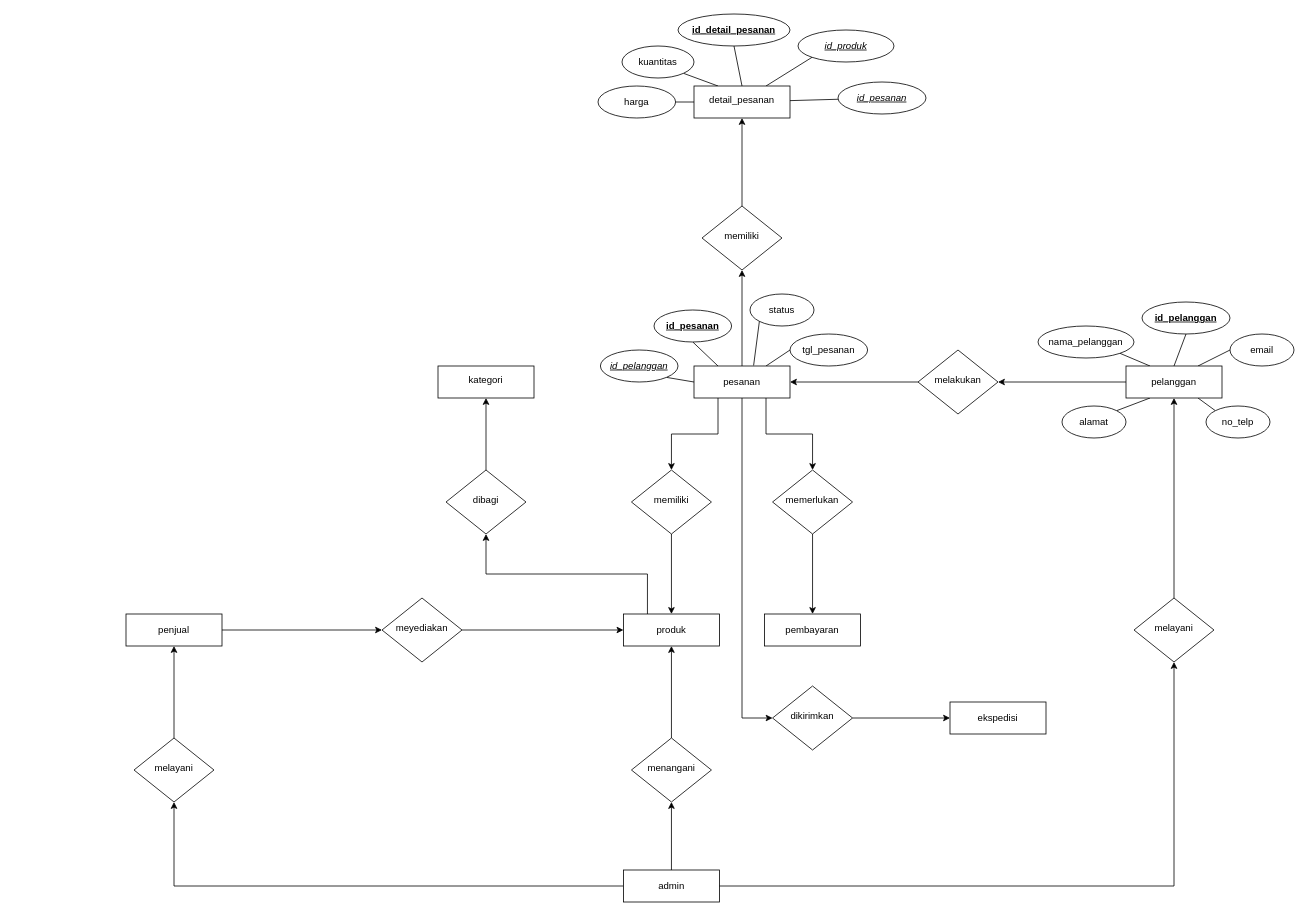
This is penjualan_erd.drawio from vinnnna/sistem-basis-data, a draw.io file, before an edit. Source tidied: cells renumbered, new cells numbered last; positions are measured from the earlier drawing's top-left corner, leaving out a move shared by most shapes. Both pictures are drawn from the tidied source at 80%, with x=0, y=0 at pixel (126, 14).
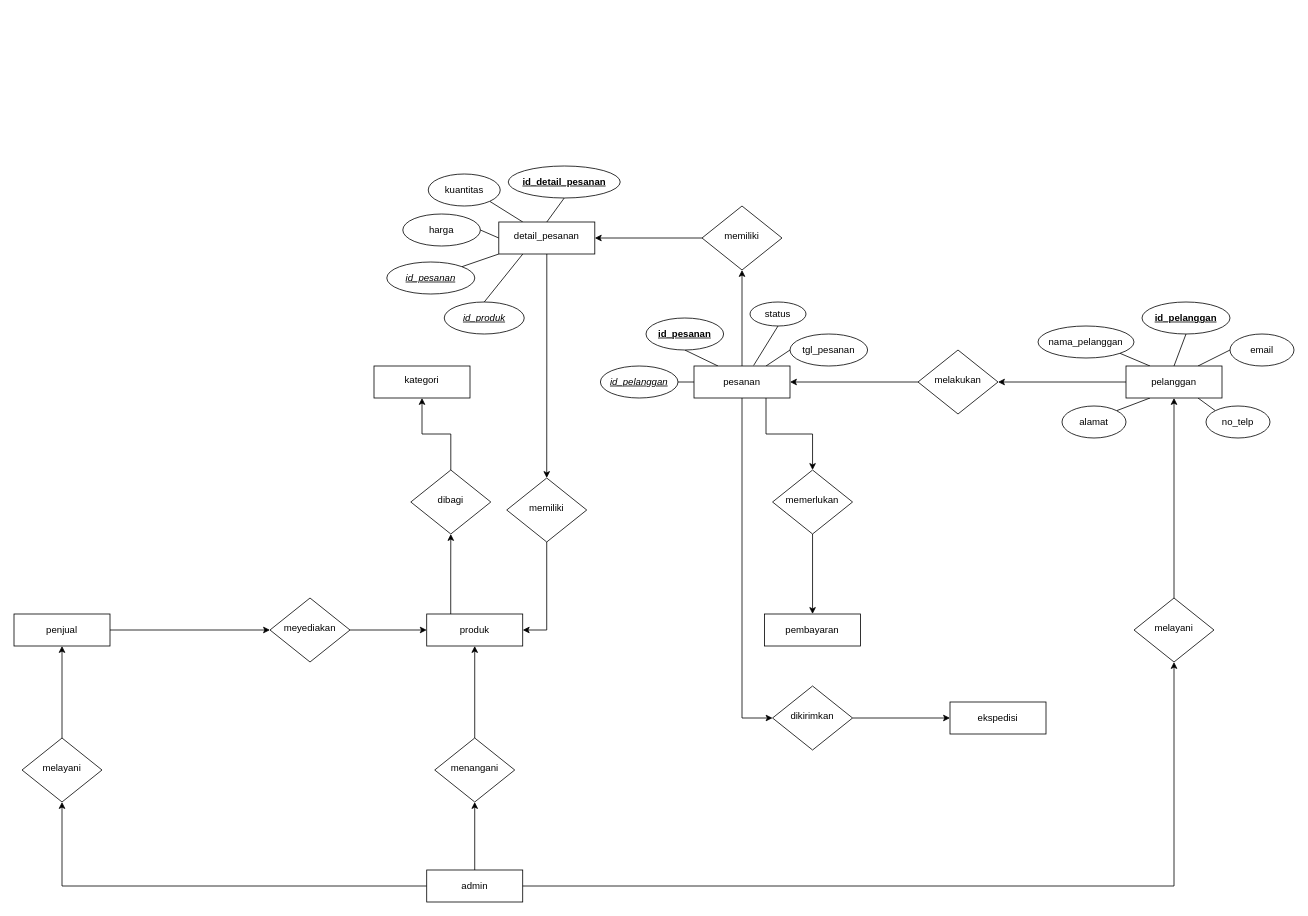
The same page after the edit.

Unchanged cells that the change refers to:
```xml
<mxCell id="17" value="pesanan" style="rounded=1;whiteSpace=wrap;html=1;fontSize=12;glass=0;strokeWidth=1;shadow=0;arcSize=0;" parent="1" vertex="1">
  <mxGeometry x="710" y="440" width="120" height="40" as="geometry" />
</mxCell>
<mxCell id="41" value="memiliki" style="rhombus;whiteSpace=wrap;html=1;shadow=0;fontFamily=Helvetica;fontSize=12;align=center;strokeWidth=1;spacing=6;spacingTop=-4;" parent="1" vertex="1">
  <mxGeometry x="720" y="240" width="100" height="80" as="geometry" />
</mxCell>
```

Change to the diagram source:
```diff
@@
     <mxCell id="5" value="admin" style="rounded=1;whiteSpace=wrap;html=1;fontSize=12;glass=0;strokeWidth=1;shadow=0;arcSize=0;" parent="1" vertex="1">
-      <mxGeometry x="621.8" y="1070" width="120" height="40" as="geometry" />
+      <mxGeometry x="375.9" y="1070" width="120" height="40" as="geometry" />
     </mxCell>
@@
     <mxCell id="7" value="produk" style="rounded=1;whiteSpace=wrap;html=1;fontSize=12;glass=0;strokeWidth=1;shadow=0;arcSize=0;" parent="1" vertex="1">
-      <mxGeometry x="621.8" y="750" width="120" height="40" as="geometry" />
+      <mxGeometry x="375.9" y="750" width="120" height="40" as="geometry" />
     </mxCell>
@@
-    <mxCell id="11" style="edgeStyle=orthogonalEdgeStyle;rounded=0;jettySize=auto;html=1;exitX=0.25;exitY=1;exitDx=0;exitDy=0;entryX=0.5;entryY=0;entryDx=0;entryDy=0;" parent="1" edge="1" source="17" target="29">
+    <mxCell id="11" style="edgeStyle=orthogonalEdgeStyle;rounded=0;jettySize=auto;html=1;exitX=0.5;exitY=1;exitDx=0;exitDy=0;entryX=0.5;entryY=0;entryDx=0;entryDy=0;" parent="1" edge="1" source="47" target="29">
       <mxGeometry relative="1" as="geometry" />
     </mxCell>
@@
-    <mxCell id="15" style="rounded=0;jettySize=auto;html=1;exitX=0;exitY=0.5;exitDx=0;exitDy=0;entryX=1;entryY=1;entryDx=0;entryDy=0;endArrow=none;endFill=0;" parent="1" edge="1" source="17" target="66">
+    <mxCell id="15" style="rounded=0;jettySize=auto;html=1;exitX=0;exitY=0.5;exitDx=0;exitDy=0;entryX=1;entryY=0.5;entryDx=0;entryDy=0;endArrow=none;endFill=0;" parent="1" edge="1" source="17" target="66">
       <mxGeometry relative="1" as="geometry" />
     </mxCell>
@@
     <mxCell id="19" style="edgeStyle=orthogonalEdgeStyle;rounded=0;jettySize=auto;html=1;entryX=0;entryY=0.5;entryDx=0;entryDy=0;" parent="1" edge="1" source="20" target="33">
       <mxGeometry relative="1" as="geometry">
         <Array as="points">
-          <mxPoint x="320" y="770" />
+          <mxPoint x="180" y="770" />
         </Array>
       </mxGeometry>
     </mxCell>
     <mxCell id="20" value="penjual" style="rounded=1;whiteSpace=wrap;html=1;fontSize=12;glass=0;strokeWidth=1;shadow=0;arcSize=0;" parent="1" vertex="1">
-      <mxGeometry y="750" width="120" height="40" as="geometry" />
+      <mxGeometry x="-140" y="750" width="120" height="40" as="geometry" />
     </mxCell>
@@
-    <mxCell id="28" style="edgeStyle=orthogonalEdgeStyle;rounded=0;jettySize=auto;html=1;" parent="1" edge="1" source="29" target="7">
+    <mxCell id="28" style="edgeStyle=orthogonalEdgeStyle;rounded=0;jettySize=auto;html=1;entryX=1;entryY=0.5;entryDx=0;entryDy=0;" parent="1" edge="1" source="29" target="7">
       <mxGeometry relative="1" as="geometry" />
     </mxCell>
     <mxCell id="29" value="memiliki" style="rhombus;whiteSpace=wrap;html=1;shadow=0;fontFamily=Helvetica;fontSize=12;align=center;strokeWidth=1;spacing=6;spacingTop=-4;" parent="1" vertex="1">
-      <mxGeometry x="631.8" y="570" width="100" height="80" as="geometry" />
+      <mxGeometry x="475.9" y="580" width="100" height="80" as="geometry" />
     </mxCell>
@@
     <mxCell id="32" style="edgeStyle=orthogonalEdgeStyle;rounded=0;jettySize=auto;html=1;entryX=0;entryY=0.5;entryDx=0;entryDy=0;exitX=1;exitY=0.5;exitDx=0;exitDy=0;" parent="1" edge="1" source="33" target="7">
       <mxGeometry relative="1" as="geometry">
         <Array as="points">
-          <mxPoint x="420" y="770" />
+          <mxPoint x="330" y="770" />
+          <mxPoint x="330" y="770" />
         </Array>
       </mxGeometry>
     </mxCell>
     <mxCell id="33" value="meyediakan" style="rhombus;whiteSpace=wrap;html=1;shadow=0;fontFamily=Helvetica;fontSize=12;align=center;strokeWidth=1;spacing=6;spacingTop=-4;" parent="1" vertex="1">
-      <mxGeometry x="320" y="730" width="100" height="80" as="geometry" />
+      <mxGeometry x="180" y="730" width="100" height="80" as="geometry" />
     </mxCell>
     <mxCell id="34" value="menangani" style="rhombus;whiteSpace=wrap;html=1;shadow=0;fontFamily=Helvetica;fontSize=12;align=center;strokeWidth=1;spacing=6;spacingTop=-4;" parent="1" vertex="1">
-      <mxGeometry x="631.8" y="905" width="100" height="80" as="geometry" />
+      <mxGeometry x="385.9" y="905" width="100" height="80" as="geometry" />
     </mxCell>
@@
     <mxCell id="37" value="melayani" style="rhombus;whiteSpace=wrap;html=1;shadow=0;fontFamily=Helvetica;fontSize=12;align=center;strokeWidth=1;spacing=6;spacingTop=-4;" parent="1" vertex="1">
-      <mxGeometry x="10" y="905" width="100" height="80" as="geometry" />
+      <mxGeometry x="-130" y="905" width="100" height="80" as="geometry" />
     </mxCell>
@@
-    <mxCell id="40" style="edgeStyle=orthogonalEdgeStyle;rounded=0;jettySize=auto;html=1;" parent="1" edge="1" source="41" target="47">
+    <mxCell id="40" style="edgeStyle=orthogonalEdgeStyle;rounded=0;jettySize=auto;html=1;entryX=1;entryY=0.5;entryDx=0;entryDy=0;exitX=0;exitY=0.5;exitDx=0;exitDy=0;" parent="1" edge="1" source="41" target="47">
       <mxGeometry relative="1" as="geometry" />
     </mxCell>
@@
-    <mxCell id="42" style="rounded=0;jettySize=auto;html=1;endArrow=none;endFill=0;" parent="1" edge="1" source="47" target="59">
+    <mxCell id="42" style="rounded=0;jettySize=auto;html=1;endArrow=none;endFill=0;exitX=0;exitY=1;exitDx=0;exitDy=0;entryX=1;entryY=0;entryDx=0;entryDy=0;" parent="1" edge="1" source="47" target="59">
       <mxGeometry relative="1" as="geometry" />
     </mxCell>
@@
-    <mxCell id="46" style="rounded=0;jettySize=auto;html=1;exitX=0.75;exitY=0;exitDx=0;exitDy=0;entryX=0;entryY=1;entryDx=0;entryDy=0;endArrow=none;endFill=0;" parent="1" edge="1" source="47" target="63">
+    <mxCell id="46" style="rounded=0;jettySize=auto;html=1;exitX=0.25;exitY=1;exitDx=0;exitDy=0;entryX=0.5;entryY=0;entryDx=0;entryDy=0;endArrow=none;endFill=0;" parent="1" edge="1" source="47" target="63">
       <mxGeometry relative="1" as="geometry" />
     </mxCell>
     <mxCell id="47" value="detail_pesanan" style="whiteSpace=wrap;html=1;shadow=0;strokeWidth=1;spacing=6;spacingTop=-4;" parent="1" vertex="1">
-      <mxGeometry x="710" y="90" width="120" height="40" as="geometry" />
+      <mxGeometry x="466" y="260" width="120" height="40" as="geometry" />
     </mxCell>
     <mxCell id="48" value="kategori" style="whiteSpace=wrap;html=1;shadow=0;strokeWidth=1;spacing=6;spacingTop=-4;" parent="1" vertex="1">
-      <mxGeometry x="390" y="440" width="120" height="40" as="geometry" />
+      <mxGeometry x="310" y="440" width="120" height="40" as="geometry" />
     </mxCell>
@@
     <mxCell id="50" value="dibagi" style="rhombus;whiteSpace=wrap;html=1;shadow=0;fontFamily=Helvetica;fontSize=12;align=center;strokeWidth=1;spacing=6;spacingTop=-4;" parent="1" vertex="1">
-      <mxGeometry x="400" y="570" width="100" height="80" as="geometry" />
+      <mxGeometry x="356" y="570" width="100" height="80" as="geometry" />
     </mxCell>
@@
     <mxCell id="59" value="id_pesanan" style="ellipse;whiteSpace=wrap;html=1;fontStyle=6;" parent="1" vertex="1">
-      <mxGeometry x="890" y="85" width="110" height="40" as="geometry" />
+      <mxGeometry x="326" y="310" width="110" height="40" as="geometry" />
     </mxCell>
     <mxCell id="60" value="id_detail_pesanan" style="ellipse;whiteSpace=wrap;html=1;fontStyle=5;" parent="1" vertex="1">
-      <mxGeometry x="690" width="140" height="40" as="geometry" />
+      <mxGeometry x="477.8" y="190" width="140" height="40" as="geometry" />
     </mxCell>
     <mxCell id="61" value="harga" style="ellipse;whiteSpace=wrap;html=1;" parent="1" vertex="1">
-      <mxGeometry x="590" y="90" width="97" height="40" as="geometry" />
+      <mxGeometry x="346" y="250" width="97" height="40" as="geometry" />
     </mxCell>
     <mxCell id="62" value="kuantitas" style="ellipse;whiteSpace=wrap;html=1;" parent="1" vertex="1">
-      <mxGeometry x="620" y="40" width="90" height="40" as="geometry" />
+      <mxGeometry x="377.8" y="200" width="90" height="40" as="geometry" />
     </mxCell>
     <mxCell id="63" value="id_produk" style="ellipse;whiteSpace=wrap;html=1;fontStyle=6;" parent="1" vertex="1">
-      <mxGeometry x="840" y="20" width="120" height="40" as="geometry" />
+      <mxGeometry x="397.8" y="360" width="100" height="40" as="geometry" />
     </mxCell>
     <mxCell id="64" value="id_pesanan" style="ellipse;whiteSpace=wrap;html=1;fontStyle=5;" parent="1" vertex="1">
-      <mxGeometry x="660" y="370" width="97" height="40" as="geometry" />
+      <mxGeometry x="650" y="380" width="97" height="40" as="geometry" />
     </mxCell>
@@
     <mxCell id="66" value="id_pelanggan" style="ellipse;whiteSpace=wrap;html=1;fontStyle=6;" parent="1" vertex="1">
-      <mxGeometry x="593" y="420" width="97" height="40" as="geometry" />
+      <mxGeometry x="593" y="440" width="97" height="40" as="geometry" />
     </mxCell>
     <mxCell id="67" value="status" style="ellipse;whiteSpace=wrap;html=1;" parent="1" vertex="1">
-      <mxGeometry x="780" y="350" width="80" height="40" as="geometry" />
+      <mxGeometry x="780" y="360" width="70" height="30" as="geometry" />
     </mxCell>
-    <mxCell id="68" style="rounded=0;jettySize=auto;html=1;exitX=0;exitY=1;exitDx=0;exitDy=0;entryX=0.621;entryY=-0.017;entryDx=0;entryDy=0;entryPerimeter=0;endArrow=none;endFill=0;" parent="1" edge="1" source="67" target="17">
+    <mxCell id="68" style="rounded=0;jettySize=auto;html=1;exitX=0.5;exitY=1;exitDx=0;exitDy=0;entryX=0.621;entryY=-0.017;entryDx=0;entryDy=0;entryPerimeter=0;endArrow=none;endFill=0;" parent="1" edge="1" source="67" target="17">
       <mxGeometry relative="1" as="geometry" />
     </mxCell>
```
